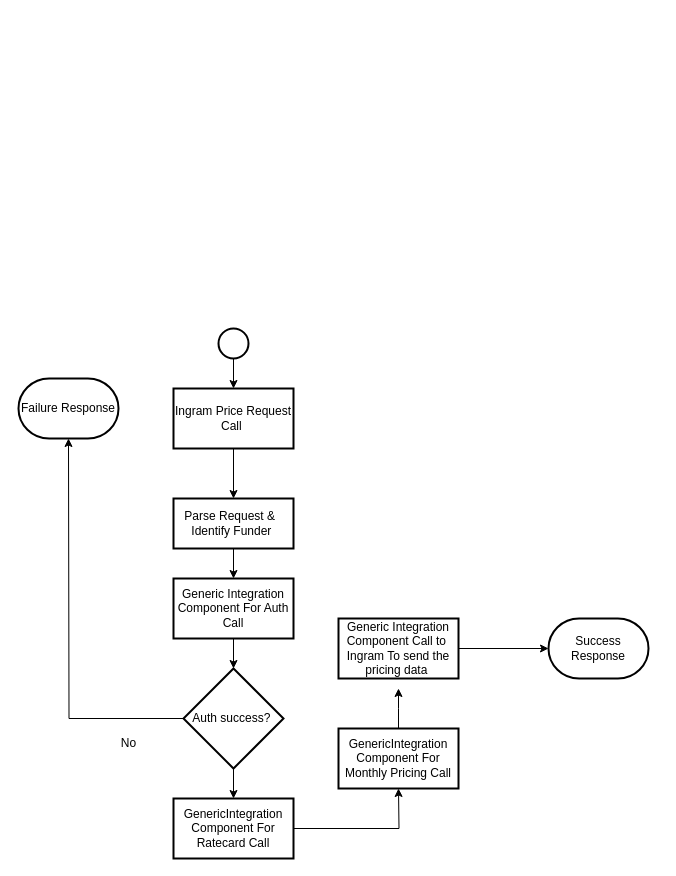
The draw.io diagram Untitled Diagram.drawio in renjithmp/BankSystem, before the edit. Source tidied: cells renumbered, new cells numbered last; positions are measured from the earlier drawing's top-left corner, leaving out a move shared by most shapes. Both pictures are drawn from the tidied source at 100%, with x=0, y=0 at pixel (18, 328).
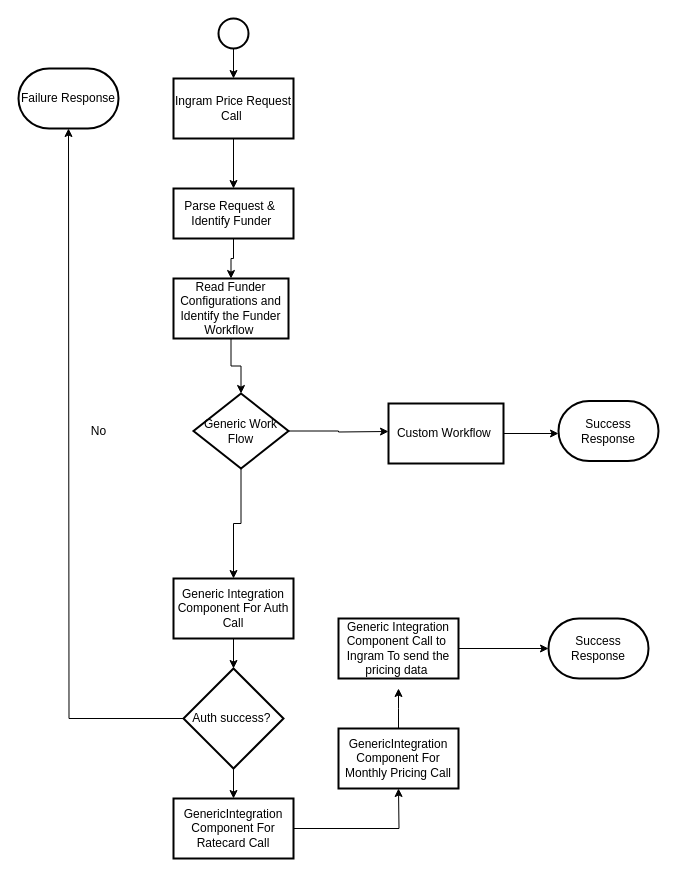
Above is the later version.

Unchanged cells that the change refers to:
```xml
<mxCell id="9" value="Generic Integration Component For Auth Call" style="whiteSpace=wrap;html=1;strokeWidth=2;" parent="1" vertex="1">
  <mxGeometry x="155" y="250" width="120" height="60" as="geometry" />
</mxCell>
<mxCell id="12" value="Auth success?&amp;nbsp;" style="strokeWidth=2;html=1;shape=mxgraph.flowchart.decision;whiteSpace=wrap;" parent="1" vertex="1">
  <mxGeometry x="165" y="340" width="100" height="100" as="geometry" />
</mxCell>
```

The edit, as a diff of the source:
```diff
@@
     <mxCell id="3" style="strokeWidth=2;html=1;shape=mxgraph.flowchart.start_2;whiteSpace=wrap;" parent="1" vertex="1">
-      <mxGeometry x="200" width="30" height="30" as="geometry" />
+      <mxGeometry x="200" y="-310" width="30" height="30" as="geometry" />
     </mxCell>
@@
     <mxCell id="5" value="Ingram Price Request Call&amp;nbsp;" style="whiteSpace=wrap;html=1;strokeWidth=2;" parent="1" vertex="1">
-      <mxGeometry x="155" y="60" width="120" height="60" as="geometry" />
+      <mxGeometry x="155" y="-250" width="120" height="60" as="geometry" />
     </mxCell>
-    <mxCell id="6" style="edgeStyle=orthogonalEdgeStyle;rounded=0;jettySize=auto;html=1;entryX=0.5;entryY=0;entryDx=0;entryDy=0;" parent="1" edge="1" source="7" target="9">
-      <mxGeometry relative="1" as="geometry" />
-    </mxCell>
+    <mxCell id="22" style="edgeStyle=orthogonalEdgeStyle;rounded=0;jettySize=auto;html=1;entryX=0.5;entryY=0;entryDx=0;entryDy=0;" parent="1" edge="1" source="7" target="24">
+      <mxGeometry relative="1" as="geometry" />
+    </mxCell>
     <mxCell id="7" value="Parse Request &amp;amp;&amp;nbsp;&amp;nbsp;&lt;br&gt;Identify Funder&amp;nbsp;" style="whiteSpace=wrap;html=1;strokeWidth=2;" parent="1" vertex="1">
-      <mxGeometry x="155" y="170" width="120" height="50" as="geometry" />
+      <mxGeometry x="155" y="-140" width="120" height="50" as="geometry" />
     </mxCell>
@@
     <mxCell id="10" style="edgeStyle=orthogonalEdgeStyle;rounded=0;jettySize=auto;html=1;" parent="1" edge="1" source="12">
       <mxGeometry relative="1" as="geometry">
-        <mxPoint x="50" y="110" as="targetPoint" />
+        <mxPoint x="50" y="-200" as="targetPoint" />
       </mxGeometry>
     </mxCell>
@@
     <mxCell id="13" value="Failure Response" style="strokeWidth=2;html=1;shape=mxgraph.flowchart.terminator;whiteSpace=wrap;" parent="1" vertex="1">
-      <mxGeometry y="50" width="100" height="60" as="geometry" />
+      <mxGeometry y="-260" width="100" height="60" as="geometry" />
     </mxCell>
     <mxCell id="14" value="No" style="text;html=1;align=center;verticalAlign=middle;strokeColor=none;fillColor=none;" parent="1" vertex="1">
-      <mxGeometry x="90" y="400" width="40" height="30" as="geometry" />
+      <mxGeometry x="60" y="87.5" width="40" height="30" as="geometry" />
     </mxCell>
@@
+    <mxCell id="23" style="edgeStyle=orthogonalEdgeStyle;rounded=0;jettySize=auto;html=1;" parent="1" edge="1" source="24" target="27">
+      <mxGeometry relative="1" as="geometry" />
+    </mxCell>
+    <mxCell id="24" value="Read Funder Configurations and Identify the Funder Workflow&amp;nbsp;" style="whiteSpace=wrap;html=1;strokeWidth=2;" parent="1" vertex="1">
+      <mxGeometry x="155" y="-50" width="115" height="60" as="geometry" />
+    </mxCell>
+    <mxCell id="25" style="edgeStyle=orthogonalEdgeStyle;rounded=0;jettySize=auto;html=1;entryX=0.5;entryY=0;entryDx=0;entryDy=0;" parent="1" edge="1" source="27" target="9">
+      <mxGeometry relative="1" as="geometry" />
+    </mxCell>
+    <mxCell id="26" style="edgeStyle=orthogonalEdgeStyle;rounded=0;jettySize=auto;html=1;" parent="1" edge="1" source="27">
+      <mxGeometry relative="1" as="geometry">
+        <mxPoint x="370" y="103" as="targetPoint" />
+      </mxGeometry>
+    </mxCell>
+    <mxCell id="27" value="Generic Work Flow" style="rhombus;whiteSpace=wrap;html=1;strokeWidth=2;" parent="1" vertex="1">
+      <mxGeometry x="175" y="65" width="95" height="75" as="geometry" />
+    </mxCell>
+    <mxCell id="28" style="edgeStyle=orthogonalEdgeStyle;rounded=0;jettySize=auto;html=1;" parent="1" edge="1" source="29">
+      <mxGeometry relative="1" as="geometry">
+        <mxPoint x="540" y="105" as="targetPoint" />
+      </mxGeometry>
+    </mxCell>
+    <mxCell id="29" value="Custom Workflow&amp;nbsp;" style="whiteSpace=wrap;html=1;strokeWidth=2;" parent="1" vertex="1">
+      <mxGeometry x="370" y="75" width="115" height="60" as="geometry" />
+    </mxCell>
+    <mxCell id="30" value="Success Response&lt;br&gt;" style="strokeWidth=2;html=1;shape=mxgraph.flowchart.terminator;whiteSpace=wrap;" parent="1" vertex="1">
+      <mxGeometry x="540" y="72.5" width="100" height="60" as="geometry" />
+    </mxCell>
```
